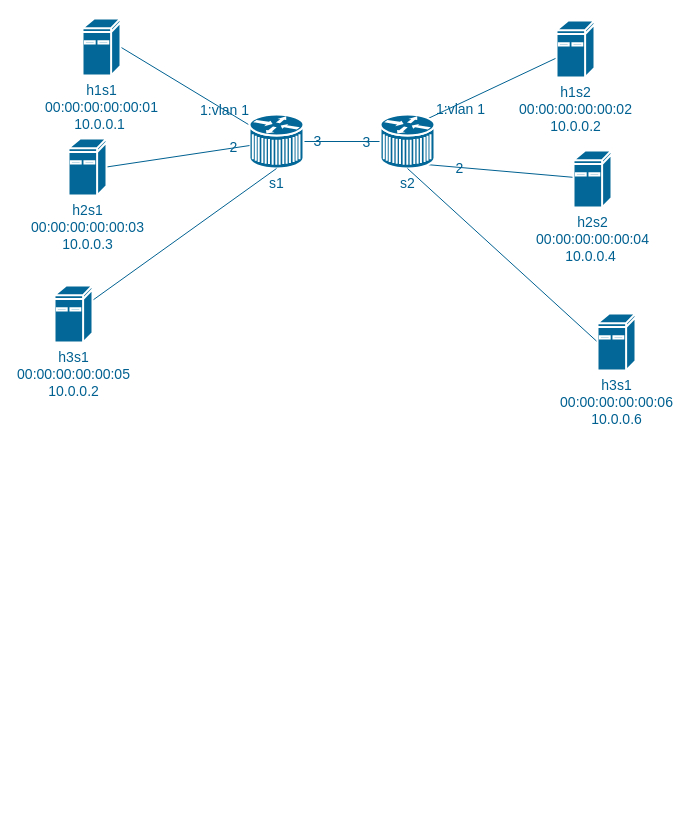
waterwatermelon/graph keeps this draw.io diagram as page "openvswitch-vlan" (7 of 8) of SDN.drawio. Above is the earlier version. Source tidied: cells renumbered, new cells numbered last; positions are measured from the earlier drawing's top-left corner, leaving out a move shared by most shapes. Both pictures are drawn from the tidied source at 100%, with x=0, y=0 at pixel (54, 18).
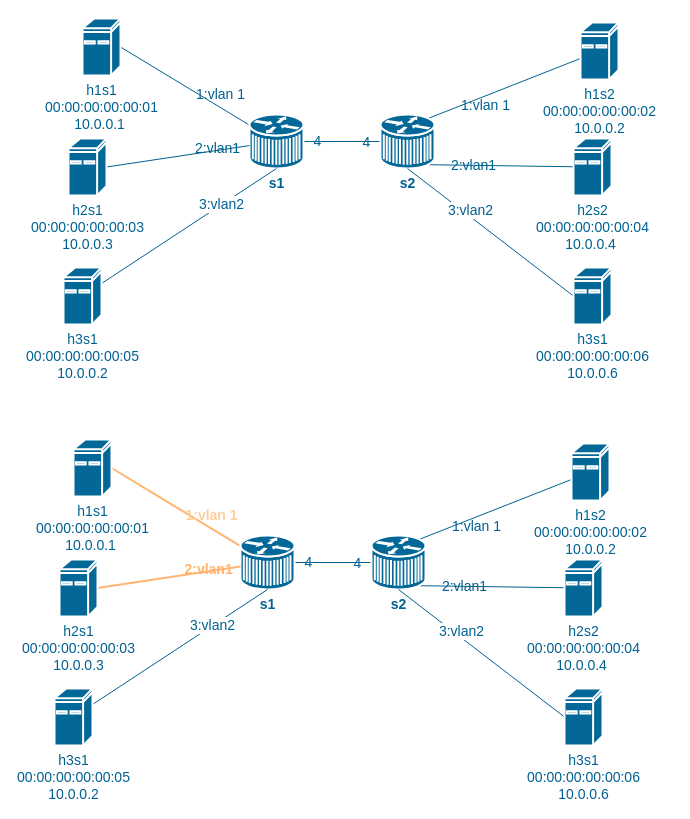
Above is the later version.

Unchanged cells that the change refers to:
```xml
<mxCell id="2" style="rounded=0;jettySize=auto;html=1;exitX=1;exitY=0.5;exitDx=0;exitDy=0;exitPerimeter=0;fontSize=14;endArrow=none;endFill=0;strokeColor=#006191;labelBackgroundColor=none;labelBorderColor=none;" parent="1" edge="1" source="4" target="8">
  <mxGeometry relative="1" as="geometry" />
</mxCell>
<mxCell id="5" style="edgeStyle=none;rounded=0;jettySize=auto;html=1;exitX=1;exitY=0.5;exitDx=0;exitDy=0;exitPerimeter=0;entryX=0;entryY=0.5;entryDx=0;entryDy=0;entryPerimeter=0;endArrow=none;endFill=0;strokeColor=#006191;fontSize=14;labelBackgroundColor=none;labelBorderColor=none;" parent="1" edge="1" source="8" target="13">
  <mxGeometry relative="1" as="geometry" />
</mxCell>
<mxCell id="9" style="edgeStyle=none;rounded=0;jettySize=auto;html=1;exitX=0.89;exitY=0.07;exitDx=0;exitDy=0;exitPerimeter=0;endArrow=none;endFill=0;strokeColor=#006191;fontSize=14;labelBackgroundColor=none;labelBorderColor=none;" parent="1" edge="1" source="13" target="17">
  <mxGeometry relative="1" as="geometry" />
</mxCell>
<mxCell id="11" style="rounded=0;jettySize=auto;html=1;exitX=0.89;exitY=0.93;exitDx=0;exitDy=0;exitPerimeter=0;endArrow=none;endFill=0;strokeColor=#006191;fontSize=14;labelBackgroundColor=none;labelBorderColor=none;" parent="1" edge="1" source="13" target="18">
  <mxGeometry relative="1" as="geometry" />
</mxCell>
<mxCell id="14" style="edgeStyle=none;rounded=0;jettySize=auto;html=1;exitX=1;exitY=0.5;exitDx=0;exitDy=0;exitPerimeter=0;endArrow=none;endFill=0;strokeColor=#006191;fontSize=14;labelBackgroundColor=none;labelBorderColor=none;" parent="1" edge="1" source="16" target="8">
  <mxGeometry relative="1" as="geometry" />
</mxCell>
<mxCell id="19" style="rounded=0;jettySize=auto;html=1;entryX=0.5;entryY=1;entryDx=0;entryDy=0;entryPerimeter=0;endArrow=none;endFill=0;labelBackgroundColor=none;labelBorderColor=none;strokeColor=#006191;" parent="1" edge="1" source="20" target="8">
  <mxGeometry relative="1" as="geometry" />
</mxCell>
<mxCell id="21" style="edgeStyle=none;rounded=0;jettySize=auto;html=1;exitX=0;exitY=0.5;exitDx=0;exitDy=0;exitPerimeter=0;entryX=0.5;entryY=1;entryDx=0;entryDy=0;entryPerimeter=0;labelBackgroundColor=none;fontColor=#001933;endArrow=none;endFill=0;strokeColor=#006191;" parent="1" edge="1" source="22" target="13">
  <mxGeometry relative="1" as="geometry" />
</mxCell>
```

The edit, as a diff of the source:
```diff
@@
     <mxCell id="3" value="&lt;font color=&quot;#006191&quot;&gt;1:vlan 1&lt;br&gt;&lt;/font&gt;" style="edgeLabel;html=1;align=center;verticalAlign=middle;fontSize=14;labelBackgroundColor=none;labelBorderColor=none;" parent="2" vertex="1">
       <mxGeometry x="0.8" y="-1" relative="1" as="geometry">
-        <mxPoint x="-12.2" y="-8.4" as="offset" />
+        <mxPoint x="-16" y="-24" as="offset" />
       </mxGeometry>
     </mxCell>
@@
-    <mxCell id="6" value="3" style="edgeLabel;html=1;align=center;verticalAlign=middle;fontSize=14;fontColor=#006191;labelBackgroundColor=none;labelBorderColor=none;" parent="5" vertex="1">
+    <mxCell id="6" value="4" style="edgeLabel;html=1;align=center;verticalAlign=middle;fontSize=14;fontColor=#006191;labelBackgroundColor=none;labelBorderColor=none;" parent="5" vertex="1">
       <mxGeometry x="0.62" relative="1" as="geometry" />
     </mxCell>
-    <mxCell id="7" value="3" style="edgeLabel;html=1;align=center;verticalAlign=middle;fontSize=14;fontColor=#006191;labelBackgroundColor=none;labelBorderColor=none;" parent="5" vertex="1">
+    <mxCell id="7" value="4" style="edgeLabel;html=1;align=center;verticalAlign=middle;fontSize=14;fontColor=#006191;labelBackgroundColor=none;labelBorderColor=none;" parent="5" vertex="1">
       <mxGeometry x="-0.67" y="1" relative="1" as="geometry" />
     </mxCell>
-    <mxCell id="8" value="&lt;font color=&quot;#006191&quot; style=&quot;font-size: 14px&quot;&gt;s1&lt;/font&gt;&lt;font size=&quot;1&quot;&gt;&lt;br&gt;&lt;/font&gt;" style="shape=mxgraph.cisco.misc.7500ars_(7513);html=1;dashed=0;fillColor=#036897;strokeColor=#ffffff;strokeWidth=2;verticalLabelPosition=bottom;verticalAlign=top;align=center;outlineConnect=0;labelBackgroundColor=none;labelBorderColor=none;" parent="1" vertex="1">
+    <mxCell id="8" value="&lt;font color=&quot;#006191&quot; style=&quot;font-size: 14px&quot;&gt;&lt;b&gt;s1&lt;/b&gt;&lt;/font&gt;&lt;font size=&quot;1&quot;&gt;&lt;br&gt;&lt;/font&gt;" style="shape=mxgraph.cisco.misc.7500ars_(7513);html=1;dashed=0;fillColor=#036897;strokeColor=#ffffff;strokeWidth=2;verticalLabelPosition=bottom;verticalAlign=top;align=center;outlineConnect=0;labelBackgroundColor=none;labelBorderColor=none;" parent="1" vertex="1">
       <mxGeometry x="195" y="96" width="54" height="54" as="geometry" />
     </mxCell>
@@
     <mxCell id="10" value="1:vlan 1" style="edgeLabel;html=1;align=center;verticalAlign=middle;fontSize=14;fontColor=#006191;labelBackgroundColor=none;labelBorderColor=none;" parent="9" vertex="1">
       <mxGeometry x="-0.71" relative="1" as="geometry">
-        <mxPoint x="12.1" y="-0.5" as="offset" />
+        <mxPoint x="34" y="-4" as="offset" />
       </mxGeometry>
     </mxCell>
@@
-    <mxCell id="12" value="2" style="edgeLabel;html=1;align=center;verticalAlign=middle;fontSize=14;fontColor=#006191;labelBackgroundColor=none;labelBorderColor=none;" parent="11" vertex="1">
-      <mxGeometry x="-0.58" y="-1" relative="1" as="geometry" />
+    <mxCell id="12" value="2:vlan1" style="edgeLabel;html=1;align=center;verticalAlign=middle;fontSize=14;fontColor=#006191;labelBackgroundColor=none;labelBorderColor=none;" parent="11" vertex="1">
+      <mxGeometry x="-0.58" y="-1" relative="1" as="geometry">
+        <mxPoint x="14" y="-1" as="offset" />
+      </mxGeometry>
     </mxCell>
-    <mxCell id="13" value="&lt;font color=&quot;#006191&quot;&gt;&lt;span style=&quot;font-size: 14px&quot;&gt;s2&lt;/span&gt;&lt;/font&gt;" style="shape=mxgraph.cisco.misc.7500ars_(7513);html=1;dashed=0;fillColor=#036897;strokeColor=#ffffff;strokeWidth=2;verticalLabelPosition=bottom;verticalAlign=top;align=center;outlineConnect=0;direction=east;labelBackgroundColor=none;labelBorderColor=none;" parent="1" vertex="1">
+    <mxCell id="13" value="&lt;font color=&quot;#006191&quot;&gt;&lt;span style=&quot;font-size: 14px&quot;&gt;&lt;b&gt;s2&lt;/b&gt;&lt;/span&gt;&lt;/font&gt;" style="shape=mxgraph.cisco.misc.7500ars_(7513);html=1;dashed=0;fillColor=#036897;strokeColor=#ffffff;strokeWidth=2;verticalLabelPosition=bottom;verticalAlign=top;align=center;outlineConnect=0;direction=east;labelBackgroundColor=none;labelBorderColor=none;" parent="1" vertex="1">
       <mxGeometry x="326" y="96" width="54" height="54" as="geometry" />
     </mxCell>
@@
-    <mxCell id="15" value="2" style="edgeLabel;html=1;align=center;verticalAlign=middle;fontSize=14;fontColor=#006191;labelBackgroundColor=none;labelBorderColor=none;" parent="14" vertex="1">
+    <mxCell id="15" value="2:vlan1&amp;nbsp;" style="edgeLabel;html=1;align=center;verticalAlign=middle;fontSize=14;fontColor=#006191;labelBackgroundColor=none;labelBorderColor=none;" parent="14" vertex="1">
       <mxGeometry x="0.77" relative="1" as="geometry">
-        <mxPoint y="-1" as="offset" />
+        <mxPoint x="-14" as="offset" />
       </mxGeometry>
     </mxCell>
@@
     <mxCell id="17" value="&lt;span style=&quot;color: rgb(0 , 97 , 145) ; font-size: 14px&quot;&gt;h1s2&lt;/span&gt;&lt;br style=&quot;color: rgb(0 , 97 , 145) ; font-size: 14px&quot;&gt;&lt;span style=&quot;color: rgb(0 , 97 , 145) ; font-size: 14px&quot;&gt;00:00:00:00:00:02&lt;/span&gt;&lt;br style=&quot;color: rgb(0 , 97 , 145) ; font-size: 14px&quot;&gt;&lt;span style=&quot;color: rgb(0 , 97 , 145) ; font-size: 14px&quot;&gt;10.0.0.2&lt;/span&gt;" style="shape=mxgraph.cisco.computers_and_peripherals.ibm_mini_as400;html=1;dashed=0;fillColor=#036897;strokeColor=#ffffff;strokeWidth=2;verticalLabelPosition=bottom;verticalAlign=top;align=center;outlineConnect=0;labelBackgroundColor=none;labelBorderColor=none;" parent="1" vertex="1">
-      <mxGeometry x="502" y="2" width="38" height="57" as="geometry" />
+      <mxGeometry x="526" y="4" width="38" height="57" as="geometry" />
     </mxCell>
     <mxCell id="18" value="&lt;span style=&quot;color: rgb(0 , 97 , 145) ; font-size: 14px&quot;&gt;h2s2&lt;/span&gt;&lt;br style=&quot;color: rgb(0 , 97 , 145) ; font-size: 14px&quot;&gt;&lt;span style=&quot;color: rgb(0 , 97 , 145) ; font-size: 14px&quot;&gt;00:00:00:00:00:04&lt;/span&gt;&lt;br style=&quot;color: rgb(0 , 97 , 145) ; font-size: 14px&quot;&gt;&lt;span style=&quot;color: rgb(0 , 97 , 145) ; font-size: 14px&quot;&gt;10.0.0.4&amp;nbsp;&lt;/span&gt;" style="shape=mxgraph.cisco.computers_and_peripherals.ibm_mini_as400;html=1;dashed=0;fillColor=#036897;strokeColor=#ffffff;strokeWidth=2;verticalLabelPosition=bottom;verticalAlign=top;align=center;outlineConnect=0;labelBackgroundColor=none;labelBorderColor=none;" parent="1" vertex="1">
-      <mxGeometry x="519" y="132" width="38" height="57" as="geometry" />
+      <mxGeometry x="519" y="120" width="38" height="57" as="geometry" />
     </mxCell>
@@
+    <mxCell id="23" value="3:vlan2" style="edgeLabel;html=1;align=center;verticalAlign=middle;fontSize=14;fontColor=#006191;" parent="19" vertex="1">
+      <mxGeometry x="0.58" y="1" relative="1" as="geometry">
+        <mxPoint x="-18" y="12" as="offset" />
+      </mxGeometry>
+    </mxCell>
     <mxCell id="20" value="&lt;span style=&quot;color: rgb(0 , 97 , 145) ; font-size: 14px&quot;&gt;h3s1&lt;/span&gt;&lt;br style=&quot;color: rgb(0 , 97 , 145) ; font-size: 14px&quot;&gt;&lt;span style=&quot;color: rgb(0 , 97 , 145) ; font-size: 14px&quot;&gt;00:00:00:00:00:05&lt;/span&gt;&lt;br style=&quot;color: rgb(0 , 97 , 145) ; font-size: 14px&quot;&gt;&lt;span style=&quot;color: rgb(0 , 97 , 145) ; font-size: 14px&quot;&gt;10.0.0.2&lt;/span&gt;" style="shape=mxgraph.cisco.computers_and_peripherals.ibm_mini_as400;html=1;dashed=0;fillColor=#036897;strokeColor=#ffffff;strokeWidth=2;verticalLabelPosition=bottom;verticalAlign=top;align=center;outlineConnect=0;labelBackgroundColor=none;labelBorderColor=none;" parent="1" vertex="1">
-      <mxGeometry y="267" width="38" height="57" as="geometry" />
+      <mxGeometry x="9" y="249" width="38" height="57" as="geometry" />
     </mxCell>
@@
+    <mxCell id="24" value="3:vlan2" style="edgeLabel;html=1;align=center;verticalAlign=middle;fontSize=14;fontColor=#006191;" parent="21" vertex="1">
+      <mxGeometry x="0.81" y="-2" relative="1" as="geometry">
+        <mxPoint x="45" y="31" as="offset" />
+      </mxGeometry>
+    </mxCell>
     <mxCell id="22" value="&lt;span style=&quot;color: rgb(0 , 97 , 145) ; font-size: 14px&quot;&gt;h3s1&lt;/span&gt;&lt;br style=&quot;color: rgb(0 , 97 , 145) ; font-size: 14px&quot;&gt;&lt;span style=&quot;color: rgb(0 , 97 , 145) ; font-size: 14px&quot;&gt;00:00:00:00:00:06&lt;/span&gt;&lt;br style=&quot;color: rgb(0 , 97 , 145) ; font-size: 14px&quot;&gt;&lt;span style=&quot;color: rgb(0 , 97 , 145) ; font-size: 14px&quot;&gt;10.0.0.6&lt;/span&gt;" style="shape=mxgraph.cisco.computers_and_peripherals.ibm_mini_as400;html=1;dashed=0;fillColor=#036897;strokeColor=#ffffff;strokeWidth=2;verticalLabelPosition=bottom;verticalAlign=top;align=center;outlineConnect=0;labelBackgroundColor=none;labelBorderColor=none;" parent="1" vertex="1">
-      <mxGeometry x="543" y="295" width="38" height="57" as="geometry" />
+      <mxGeometry x="519" y="249" width="38" height="57" as="geometry" />
     </mxCell>
+    <mxCell id="25" style="rounded=0;jettySize=auto;html=1;exitX=1;exitY=0.5;exitDx=0;exitDy=0;exitPerimeter=0;fontSize=14;endArrow=none;endFill=0;labelBackgroundColor=none;labelBorderColor=none;fontStyle=1;strokeWidth=2;strokeColor=#FFB570;" parent="1" edge="1" source="27" target="31">
+      <mxGeometry relative="1" as="geometry" />
+    </mxCell>
+    <mxCell id="26" value="&lt;font&gt;1:vlan 1&lt;br&gt;&lt;/font&gt;" style="edgeLabel;html=1;align=center;verticalAlign=middle;fontSize=14;labelBackgroundColor=none;labelBorderColor=none;fontStyle=1;fontColor=#FFCE9F;" parent="25" vertex="1">
+      <mxGeometry x="0.8" y="-1" relative="1" as="geometry">
+        <mxPoint x="-16" y="-24" as="offset" />
+      </mxGeometry>
+    </mxCell>
+    <mxCell id="27" value="&lt;font color=&quot;#006191&quot; style=&quot;font-size: 14px&quot;&gt;h1s1&lt;br&gt;00:00:00:00:00:01&lt;br&gt;10.0.0.1&amp;nbsp;&lt;br&gt;&lt;/font&gt;" style="shape=mxgraph.cisco.computers_and_peripherals.ibm_mini_as400;html=1;dashed=0;fillColor=#036897;strokeColor=#ffffff;strokeWidth=2;verticalLabelPosition=bottom;verticalAlign=top;align=center;outlineConnect=0;labelBackgroundColor=none;labelBorderColor=none;" parent="1" vertex="1">
+      <mxGeometry x="19" y="421" width="38" height="57" as="geometry" />
+    </mxCell>
+    <mxCell id="28" style="edgeStyle=none;rounded=0;jettySize=auto;html=1;exitX=1;exitY=0.5;exitDx=0;exitDy=0;exitPerimeter=0;entryX=0;entryY=0.5;entryDx=0;entryDy=0;entryPerimeter=0;endArrow=none;endFill=0;strokeColor=#006191;fontSize=14;labelBackgroundColor=none;labelBorderColor=none;" parent="1" edge="1" source="31" target="36">
+      <mxGeometry relative="1" as="geometry" />
+    </mxCell>
+    <mxCell id="29" value="4" style="edgeLabel;html=1;align=center;verticalAlign=middle;fontSize=14;fontColor=#006191;labelBackgroundColor=none;labelBorderColor=none;" parent="28" vertex="1">
+      <mxGeometry x="0.62" relative="1" as="geometry" />
+    </mxCell>
+    <mxCell id="30" value="4" style="edgeLabel;html=1;align=center;verticalAlign=middle;fontSize=14;fontColor=#006191;labelBackgroundColor=none;labelBorderColor=none;" parent="28" vertex="1">
+      <mxGeometry x="-0.67" y="1" relative="1" as="geometry" />
+    </mxCell>
+    <mxCell id="31" value="&lt;font color=&quot;#006191&quot; style=&quot;font-size: 14px&quot;&gt;&lt;b&gt;s1&lt;/b&gt;&lt;/font&gt;&lt;font size=&quot;1&quot;&gt;&lt;br&gt;&lt;/font&gt;" style="shape=mxgraph.cisco.misc.7500ars_(7513);html=1;dashed=0;fillColor=#036897;strokeColor=#ffffff;strokeWidth=2;verticalLabelPosition=bottom;verticalAlign=top;align=center;outlineConnect=0;labelBackgroundColor=none;labelBorderColor=none;" parent="1" vertex="1">
+      <mxGeometry x="186" y="517" width="54" height="54" as="geometry" />
+    </mxCell>
+    <mxCell id="32" style="edgeStyle=none;rounded=0;jettySize=auto;html=1;exitX=0.89;exitY=0.07;exitDx=0;exitDy=0;exitPerimeter=0;endArrow=none;endFill=0;strokeColor=#006191;fontSize=14;labelBackgroundColor=none;labelBorderColor=none;" parent="1" edge="1" source="36" target="40">
+      <mxGeometry relative="1" as="geometry" />
+    </mxCell>
+    <mxCell id="33" value="1:vlan 1" style="edgeLabel;html=1;align=center;verticalAlign=middle;fontSize=14;fontColor=#006191;labelBackgroundColor=none;labelBorderColor=none;" parent="32" vertex="1">
+      <mxGeometry x="-0.71" relative="1" as="geometry">
+        <mxPoint x="34" y="-4" as="offset" />
+      </mxGeometry>
+    </mxCell>
+    <mxCell id="34" style="rounded=0;jettySize=auto;html=1;exitX=0.89;exitY=0.93;exitDx=0;exitDy=0;exitPerimeter=0;endArrow=none;endFill=0;strokeColor=#006191;fontSize=14;labelBackgroundColor=none;labelBorderColor=none;" parent="1" edge="1" source="36" target="41">
+      <mxGeometry relative="1" as="geometry" />
+    </mxCell>
+    <mxCell id="35" value="2:vlan1" style="edgeLabel;html=1;align=center;verticalAlign=middle;fontSize=14;fontColor=#006191;labelBackgroundColor=none;labelBorderColor=none;" parent="34" vertex="1">
+      <mxGeometry x="-0.58" y="-1" relative="1" as="geometry">
+        <mxPoint x="14" y="-1" as="offset" />
+      </mxGeometry>
+    </mxCell>
+    <mxCell id="36" value="&lt;font color=&quot;#006191&quot;&gt;&lt;span style=&quot;font-size: 14px&quot;&gt;&lt;b&gt;s2&lt;/b&gt;&lt;/span&gt;&lt;/font&gt;" style="shape=mxgraph.cisco.misc.7500ars_(7513);html=1;dashed=0;fillColor=#036897;strokeColor=#ffffff;strokeWidth=2;verticalLabelPosition=bottom;verticalAlign=top;align=center;outlineConnect=0;direction=east;labelBackgroundColor=none;labelBorderColor=none;" parent="1" vertex="1">
+      <mxGeometry x="317" y="517" width="54" height="54" as="geometry" />
+    </mxCell>
+    <mxCell id="37" style="edgeStyle=none;rounded=0;jettySize=auto;html=1;exitX=1;exitY=0.5;exitDx=0;exitDy=0;exitPerimeter=0;endArrow=none;endFill=0;fontSize=14;labelBackgroundColor=none;labelBorderColor=none;strokeWidth=2;strokeColor=#FFB570;" parent="1" edge="1" source="39" target="31">
+      <mxGeometry relative="1" as="geometry" />
+    </mxCell>
+    <mxCell id="38" value="2:vlan1&amp;nbsp;" style="edgeLabel;html=1;align=center;verticalAlign=middle;fontSize=14;labelBackgroundColor=none;labelBorderColor=none;fontStyle=1;fontColor=#FFB570;" parent="37" vertex="1">
+      <mxGeometry x="0.77" relative="1" as="geometry">
+        <mxPoint x="-14" as="offset" />
+      </mxGeometry>
+    </mxCell>
+    <mxCell id="39" value="&lt;span style=&quot;color: rgb(0 , 97 , 145) ; font-size: 14px&quot;&gt;h2s1&lt;/span&gt;&lt;br style=&quot;color: rgb(0 , 97 , 145) ; font-size: 14px&quot;&gt;&lt;span style=&quot;color: rgb(0 , 97 , 145) ; font-size: 14px&quot;&gt;00:00:00:00:00:03&lt;/span&gt;&lt;br style=&quot;color: rgb(0 , 97 , 145) ; font-size: 14px&quot;&gt;&lt;span style=&quot;color: rgb(0 , 97 , 145) ; font-size: 14px&quot;&gt;10.0.0.3&lt;/span&gt;" style="shape=mxgraph.cisco.computers_and_peripherals.ibm_mini_as400;html=1;dashed=0;fillColor=#036897;strokeColor=#ffffff;strokeWidth=2;verticalLabelPosition=bottom;verticalAlign=top;align=center;outlineConnect=0;labelBackgroundColor=none;labelBorderColor=none;" parent="1" vertex="1">
+      <mxGeometry x="5" y="541" width="38" height="57" as="geometry" />
+    </mxCell>
+    <mxCell id="40" value="&lt;span style=&quot;color: rgb(0 , 97 , 145) ; font-size: 14px&quot;&gt;h1s2&lt;/span&gt;&lt;br style=&quot;color: rgb(0 , 97 , 145) ; font-size: 14px&quot;&gt;&lt;span style=&quot;color: rgb(0 , 97 , 145) ; font-size: 14px&quot;&gt;00:00:00:00:00:02&lt;/span&gt;&lt;br style=&quot;color: rgb(0 , 97 , 145) ; font-size: 14px&quot;&gt;&lt;span style=&quot;color: rgb(0 , 97 , 145) ; font-size: 14px&quot;&gt;10.0.0.2&lt;/span&gt;" style="shape=mxgraph.cisco.computers_and_peripherals.ibm_mini_as400;html=1;dashed=0;fillColor=#036897;strokeColor=#ffffff;strokeWidth=2;verticalLabelPosition=bottom;verticalAlign=top;align=center;outlineConnect=0;labelBackgroundColor=none;labelBorderColor=none;" parent="1" vertex="1">
+      <mxGeometry x="517" y="425" width="38" height="57" as="geometry" />
+    </mxCell>
+    <mxCell id="41" value="&lt;span style=&quot;color: rgb(0 , 97 , 145) ; font-size: 14px&quot;&gt;h2s2&lt;/span&gt;&lt;br style=&quot;color: rgb(0 , 97 , 145) ; font-size: 14px&quot;&gt;&lt;span style=&quot;color: rgb(0 , 97 , 145) ; font-size: 14px&quot;&gt;00:00:00:00:00:04&lt;/span&gt;&lt;br style=&quot;color: rgb(0 , 97 , 145) ; font-size: 14px&quot;&gt;&lt;span style=&quot;color: rgb(0 , 97 , 145) ; font-size: 14px&quot;&gt;10.0.0.4&amp;nbsp;&lt;/span&gt;" style="shape=mxgraph.cisco.computers_and_peripherals.ibm_mini_as400;html=1;dashed=0;fillColor=#036897;strokeColor=#ffffff;strokeWidth=2;verticalLabelPosition=bottom;verticalAlign=top;align=center;outlineConnect=0;labelBackgroundColor=none;labelBorderColor=none;" parent="1" vertex="1">
+      <mxGeometry x="510" y="541" width="38" height="57" as="geometry" />
+    </mxCell>
+    <mxCell id="42" style="rounded=0;jettySize=auto;html=1;entryX=0.5;entryY=1;entryDx=0;entryDy=0;entryPerimeter=0;endArrow=none;endFill=0;labelBackgroundColor=none;labelBorderColor=none;strokeColor=#006191;" parent="1" edge="1" source="44" target="31">
+      <mxGeometry relative="1" as="geometry" />
+    </mxCell>
+    <mxCell id="43" value="3:vlan2" style="edgeLabel;html=1;align=center;verticalAlign=middle;fontSize=14;fontColor=#006191;" parent="42" vertex="1">
+      <mxGeometry x="0.58" y="1" relative="1" as="geometry">
+        <mxPoint x="-18" y="12" as="offset" />
+      </mxGeometry>
+    </mxCell>
+    <mxCell id="44" value="&lt;span style=&quot;color: rgb(0 , 97 , 145) ; font-size: 14px&quot;&gt;h3s1&lt;/span&gt;&lt;br style=&quot;color: rgb(0 , 97 , 145) ; font-size: 14px&quot;&gt;&lt;span style=&quot;color: rgb(0 , 97 , 145) ; font-size: 14px&quot;&gt;00:00:00:00:00:05&lt;/span&gt;&lt;br style=&quot;color: rgb(0 , 97 , 145) ; font-size: 14px&quot;&gt;&lt;span style=&quot;color: rgb(0 , 97 , 145) ; font-size: 14px&quot;&gt;10.0.0.2&lt;/span&gt;" style="shape=mxgraph.cisco.computers_and_peripherals.ibm_mini_as400;html=1;dashed=0;fillColor=#036897;strokeColor=#ffffff;strokeWidth=2;verticalLabelPosition=bottom;verticalAlign=top;align=center;outlineConnect=0;labelBackgroundColor=none;labelBorderColor=none;" parent="1" vertex="1">
+      <mxGeometry y="670" width="38" height="57" as="geometry" />
+    </mxCell>
+    <mxCell id="45" style="edgeStyle=none;rounded=0;jettySize=auto;html=1;exitX=0;exitY=0.5;exitDx=0;exitDy=0;exitPerimeter=0;entryX=0.5;entryY=1;entryDx=0;entryDy=0;entryPerimeter=0;labelBackgroundColor=none;fontColor=#001933;endArrow=none;endFill=0;strokeColor=#006191;" parent="1" edge="1" source="47" target="36">
+      <mxGeometry relative="1" as="geometry" />
+    </mxCell>
+    <mxCell id="46" value="3:vlan2" style="edgeLabel;html=1;align=center;verticalAlign=middle;fontSize=14;fontColor=#006191;" parent="45" vertex="1">
+      <mxGeometry x="0.81" y="-2" relative="1" as="geometry">
+        <mxPoint x="45" y="31" as="offset" />
+      </mxGeometry>
+    </mxCell>
+    <mxCell id="47" value="&lt;span style=&quot;color: rgb(0 , 97 , 145) ; font-size: 14px&quot;&gt;h3s1&lt;/span&gt;&lt;br style=&quot;color: rgb(0 , 97 , 145) ; font-size: 14px&quot;&gt;&lt;span style=&quot;color: rgb(0 , 97 , 145) ; font-size: 14px&quot;&gt;00:00:00:00:00:06&lt;/span&gt;&lt;br style=&quot;color: rgb(0 , 97 , 145) ; font-size: 14px&quot;&gt;&lt;span style=&quot;color: rgb(0 , 97 , 145) ; font-size: 14px&quot;&gt;10.0.0.6&lt;/span&gt;" style="shape=mxgraph.cisco.computers_and_peripherals.ibm_mini_as400;html=1;dashed=0;fillColor=#036897;strokeColor=#ffffff;strokeWidth=2;verticalLabelPosition=bottom;verticalAlign=top;align=center;outlineConnect=0;labelBackgroundColor=none;labelBorderColor=none;" parent="1" vertex="1">
+      <mxGeometry x="510" y="670" width="38" height="57" as="geometry" />
+    </mxCell>
```
